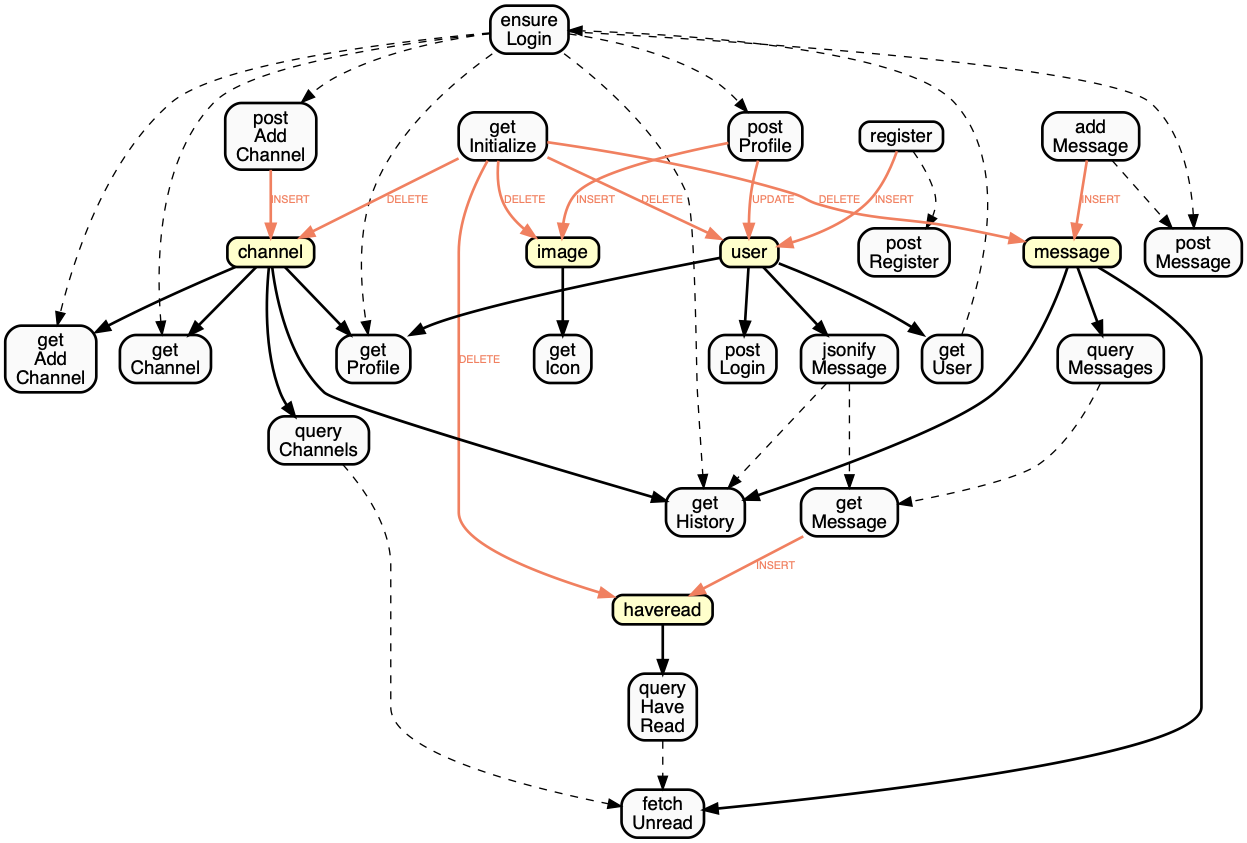
Above: utils/sqlmap.png in Muratam/isucon7q2019 (Graphviz), before the change. Its source is kept beside it as utils/sqlmap.dot.
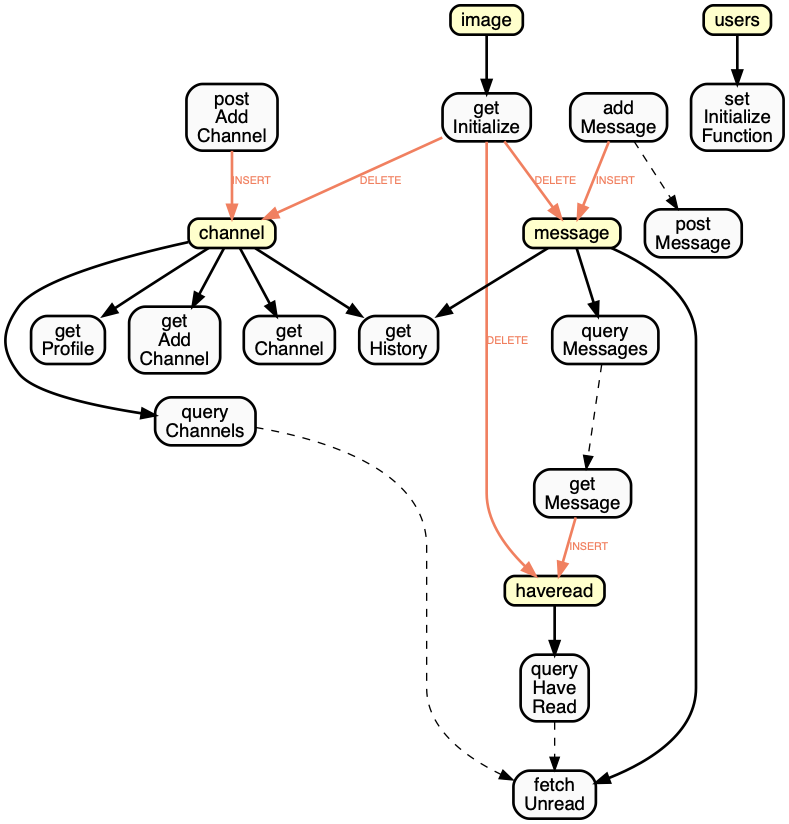
After the commit.

The edit, as a diff of the source:
```diff
@@ -26,89 +26,32 @@
 queryHaveRead[label="query
 Have
 Read"];
-ensureLogin -> getHistory;
-getHistory[label="get
-History"];
-ensureLogin[label="ensure
-Login"];
-jsonifyMessage -> getHistory;
-getHistory[label="get
-History"];
-jsonifyMessage[label="jsonify
-Message"];
-ensureLogin -> getProfile;
-getProfile[label="get
-Profile"];
-ensureLogin[label="ensure
-Login"];
-ensureLogin -> getAddChannel;
-getAddChannel[label="get
-Add
-Channel"];
-ensureLogin[label="ensure
-Login"];
-ensureLogin -> getChannel;
-getChannel[label="get
-Channel"];
-ensureLogin[label="ensure
-Login"];
-getUser -> ensureLogin;
-ensureLogin[label="ensure
-Login"];
-getUser[label="get
-User"];
 queryMessages -> getMessage;
 getMessage[label="get
 Message"];
 queryMessages[label="query
 Messages"];
-jsonifyMessage -> getMessage;
-getMessage[label="get
-Message"];
-jsonifyMessage[label="jsonify
-Message"];
-ensureLogin -> postAddChannel;
-postAddChannel[label="post
-Add
-Channel"];
-ensureLogin[label="ensure
-Login"];
-ensureLogin -> postProfile;
-postProfile[label="post
-Profile"];
-ensureLogin[label="ensure
-Login"];
-ensureLogin -> postMessage;
-postMessage[label="post
-Message"];
-ensureLogin[label="ensure
-Login"];
 addMessage -> postMessage;
 postMessage[label="post
 Message"];
 addMessage[label="add
 Message"];
-register -> postRegister;
-postRegister[label="post
-Register"];
-register[label="register"];
 
-      getInitialize -> user[style="bold",label="DELETE",color="#f08060",fontcolor="#f08060"];
-user[label="user",shape=box, style="filled, bold, rounded", fillcolor="#ffffcc"];
-getInitialize -> image[style="bold",label="DELETE",color="#f08060",fontcolor="#f08060"];
-image[label="image",shape=box, style="filled, bold, rounded", fillcolor="#ffffcc"];
+      users -> setInitializeFunction[style="bold"];
+users[label="users",shape=box, style="filled, bold, rounded", fillcolor="#ffffcc"];
+setInitializeFunction[label="set
+Initialize
+Function"];
 getInitialize -> channel[style="bold",label="DELETE",color="#f08060",fontcolor="#f08060"];
 channel[label="channel",shape=box, style="filled, bold, rounded", fillcolor="#ffffcc"];
 getInitialize -> message[style="bold",label="DELETE",color="#f08060",fontcolor="#f08060"];
 message[label="message",shape=box, style="filled, bold, rounded", fillcolor="#ffffcc"];
 getInitialize -> haveread[style="bold",label="DELETE",color="#f08060",fontcolor="#f08060"];
 haveread[label="haveread",shape=box, style="filled, bold, rounded", fillcolor="#ffffcc"];
+image -> getInitialize[style="bold"];
+image[label="image",shape=box, style="filled, bold, rounded", fillcolor="#ffffcc"];
 getInitialize[label="get
 Initialize"];
-image -> getIcon[style="bold"];
-image[label="image",shape=box, style="filled, bold, rounded", fillcolor="#ffffcc"];
-getIcon[label="get
-Icon"];
 message -> fetchUnread[style="bold"];
 message[label="message",shape=box, style="filled, bold, rounded", fillcolor="#ffffcc"];
 fetchUnread[label="fetch
@@ -121,8 +64,6 @@
 History"];
 channel -> getProfile[style="bold"];
 channel[label="channel",shape=box, style="filled, bold, rounded", fillcolor="#ffffcc"];
-user -> getProfile[style="bold"];
-user[label="user",shape=box, style="filled, bold, rounded", fillcolor="#ffffcc"];
 getProfile[label="get
 Profile"];
 channel -> getAddChannel[style="bold"];
@@ -134,21 +75,10 @@
 channel[label="channel",shape=box, style="filled, bold, rounded", fillcolor="#ffffcc"];
 getChannel[label="get
 Channel"];
-user -> getUser[style="bold"];
-user[label="user",shape=box, style="filled, bold, rounded", fillcolor="#ffffcc"];
-getUser[label="get
-User"];
 message -> queryMessages[style="bold"];
 message[label="message",shape=box, style="filled, bold, rounded", fillcolor="#ffffcc"];
 queryMessages[label="query
 Messages"];
-register -> user[style="bold",label="INSERT",color="#f08060",fontcolor="#f08060"];
-user[label="user",shape=box, style="filled, bold, rounded", fillcolor="#ffffcc"];
-register[label="register"];
-user -> jsonifyMessage[style="bold"];
-user[label="user",shape=box, style="filled, bold, rounded", fillcolor="#ffffcc"];
-jsonifyMessage[label="jsonify
-Message"];
 getMessage -> haveread[style="bold",label="INSERT",color="#f08060",fontcolor="#f08060"];
 haveread[label="haveread",shape=box, style="filled, bold, rounded", fillcolor="#ffffcc"];
 getMessage[label="get
@@ -171,16 +101,6 @@
 postAddChannel[label="post
 Add
 Channel"];
-postProfile -> image[style="bold",label="INSERT",color="#f08060",fontcolor="#f08060"];
-image[label="image",shape=box, style="filled, bold, rounded", fillcolor="#ffffcc"];
-postProfile -> user[style="bold",label="UPDATE",color="#f08060",fontcolor="#f08060"];
-user[label="user",shape=box, style="filled, bold, rounded", fillcolor="#ffffcc"];
-postProfile[label="post
-Profile"];
-user -> postLogin[style="bold"];
-user[label="user",shape=box, style="filled, bold, rounded", fillcolor="#ffffcc"];
-postLogin[label="post
-Login"];
 
     }
 
```
